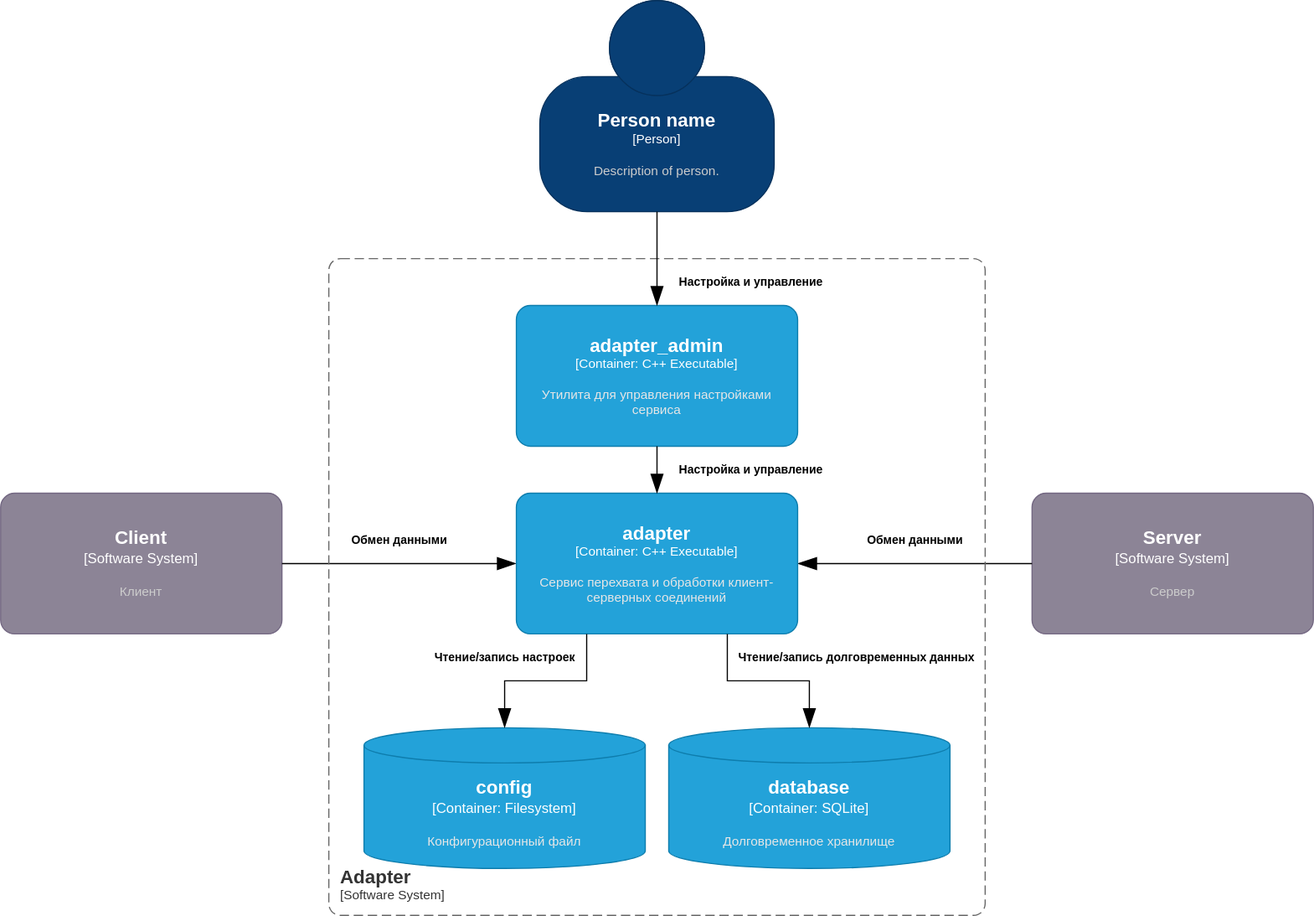
Above: diagrams/ContainerDiagram.svg in OmarovAmir/otus (draw.io), before the change. Source tidied: cells renumbered, new cells last; positions are measured from the earlier drawing's top-left corner, leaving out a move shared by most shapes.
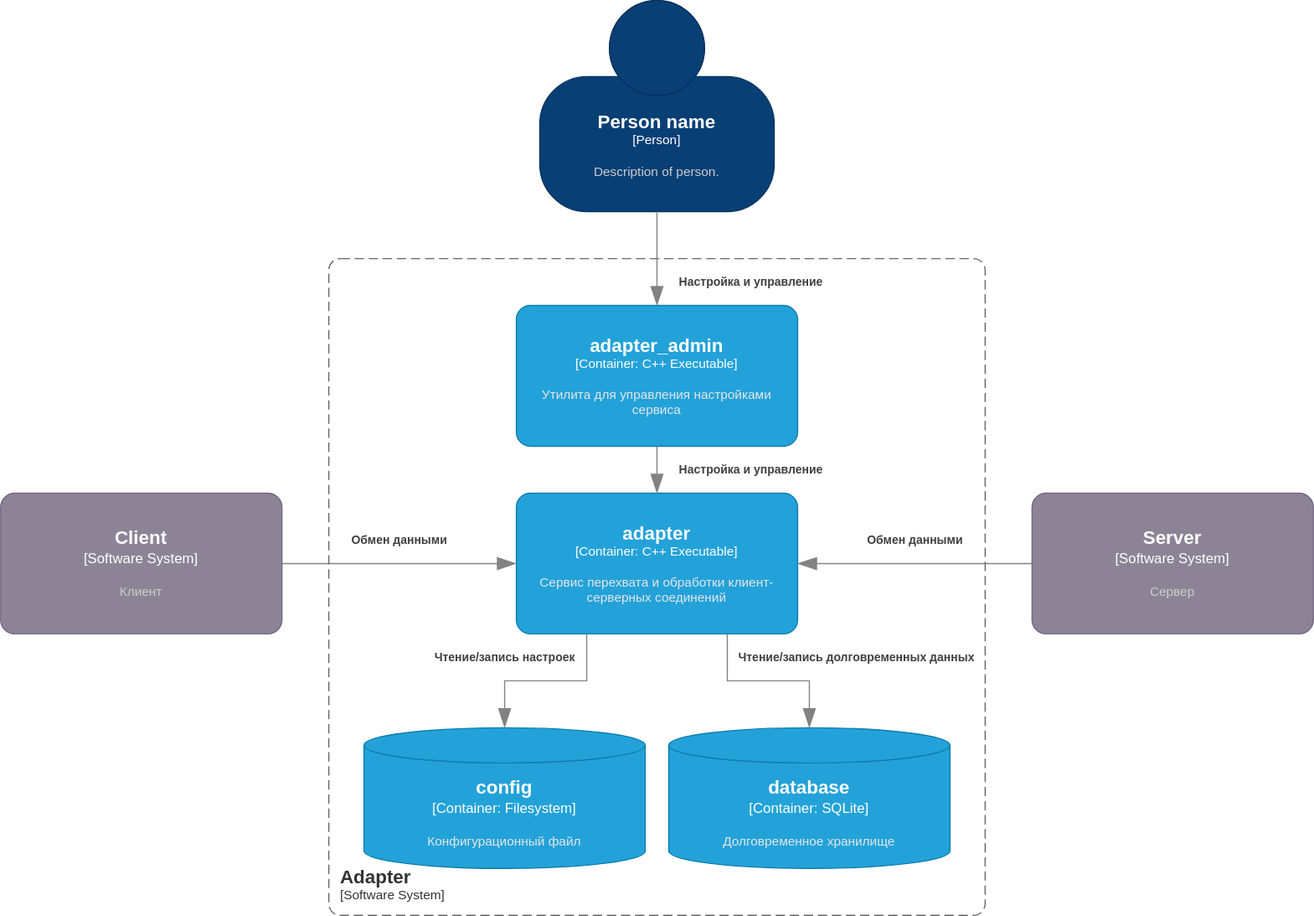
After the change.

The edit, as a diff of the source:
```diff
@@ -1,4 +1,4 @@
-<mxGraphModel>
+<mxGraphModel background="#FFFFFF">
   <root>
     <mxCell id="0" />
     <mxCell id="1" parent="0" />
@@ -13,12 +13,12 @@
       </mxCell>
     </object>
     <object id="4" label="&lt;div style=&quot;text-align: left&quot;&gt;&lt;div style=&quot;text-align: center&quot;&gt;&lt;b&gt;%c4Description%&lt;/b&gt;&lt;/div&gt;&lt;/div&gt;" c4Description="Обмен данными" c4Type="Relationship" placeholders="1">
-      <mxCell style="endArrow=blockThin;html=1;fontSize=10;fontColor=#000000;strokeWidth=1;endFill=1;strokeColor=#000000;elbow=vertical;endSize=14;startSize=14;jumpStyle=arc;jumpSize=16;rounded=0;edgeStyle=orthogonalEdgeStyle;exitX=1;exitY=0.5;exitDx=0;exitDy=0;exitPerimeter=0;entryX=0;entryY=0.5;entryDx=0;entryDy=0;entryPerimeter=0;startArrow=none;startFill=0;labelBackgroundColor=none;" parent="1" edge="1" source="2" target="7">
+      <mxCell style="endArrow=blockThin;html=1;fontSize=10;fontColor=#404040;strokeWidth=1;endFill=1;strokeColor=#828282;elbow=vertical;endSize=14;startSize=14;jumpStyle=arc;jumpSize=16;rounded=0;edgeStyle=orthogonalEdgeStyle;exitX=1;exitY=0.5;exitDx=0;exitDy=0;exitPerimeter=0;entryX=0;entryY=0.5;entryDx=0;entryDy=0;entryPerimeter=0;startArrow=none;startFill=0;labelBackgroundColor=none;" parent="1" edge="1" source="2" target="7">
         <mxGeometry y="20" relative="1" as="geometry" />
       </mxCell>
     </object>
     <object id="5" label="&lt;div style=&quot;text-align: left&quot;&gt;&lt;div style=&quot;text-align: center&quot;&gt;&lt;b&gt;%c4Description%&lt;/b&gt;&lt;/div&gt;&lt;/div&gt;" c4Description="Обмен данными" c4Type="Relationship" placeholders="1">
-      <mxCell style="endArrow=none;html=1;fontSize=10;fontColor=#000000;strokeWidth=1;endFill=0;strokeColor=#000000;elbow=vertical;endSize=14;startSize=14;jumpStyle=arc;jumpSize=16;rounded=0;edgeStyle=orthogonalEdgeStyle;entryX=0;entryY=0.5;entryDx=0;entryDy=0;entryPerimeter=0;exitX=1;exitY=0.5;exitDx=0;exitDy=0;exitPerimeter=0;startArrow=blockThin;startFill=1;labelBackgroundColor=none;" parent="1" edge="1" source="7" target="3">
+      <mxCell style="endArrow=none;html=1;fontSize=10;fontColor=#404040;strokeWidth=1;endFill=0;strokeColor=#828282;elbow=vertical;endSize=14;startSize=14;jumpStyle=arc;jumpSize=16;rounded=0;edgeStyle=orthogonalEdgeStyle;entryX=0;entryY=0.5;entryDx=0;entryDy=0;entryPerimeter=0;exitX=1;exitY=0.5;exitDx=0;exitDy=0;exitPerimeter=0;startArrow=blockThin;startFill=1;labelBackgroundColor=none;" parent="1" edge="1" source="7" target="3">
         <mxGeometry y="20" relative="1" as="geometry" />
       </mxCell>
     </object>
@@ -48,19 +48,19 @@
       </mxCell>
     </object>
     <object id="11" label="&lt;div style=&quot;text-align: left&quot;&gt;&lt;div style=&quot;text-align: center&quot;&gt;&lt;b&gt;%c4Description%&lt;/b&gt;&lt;/div&gt;&lt;/div&gt;" c4Description="Настройка и управление" c4Type="Relationship" placeholders="1">
-      <mxCell style="endArrow=blockThin;html=1;fontSize=10;fontColor=#000000;strokeWidth=1;endFill=1;strokeColor=#000000;elbow=vertical;endSize=14;startSize=14;jumpStyle=arc;jumpSize=16;rounded=0;edgeStyle=orthogonalEdgeStyle;exitX=0.5;exitY=1;exitDx=0;exitDy=0;exitPerimeter=0;entryX=0.5;entryY=0;entryDx=0;entryDy=0;entryPerimeter=0;labelBackgroundColor=none;" parent="1" edge="1" source="10" target="7">
+      <mxCell style="endArrow=blockThin;html=1;fontSize=10;fontColor=#404040;strokeWidth=1;endFill=1;strokeColor=#828282;elbow=vertical;endSize=14;startSize=14;jumpStyle=arc;jumpSize=16;rounded=0;edgeStyle=orthogonalEdgeStyle;exitX=0.5;exitY=1;exitDx=0;exitDy=0;exitPerimeter=0;entryX=0.5;entryY=0;entryDx=0;entryDy=0;entryPerimeter=0;labelBackgroundColor=none;" parent="1" edge="1" source="10" target="7">
         <mxGeometry y="80" relative="1" as="geometry" />
       </mxCell>
     </object>
     <object id="12" label="&lt;div style=&quot;text-align: left&quot;&gt;&lt;div style=&quot;text-align: center&quot;&gt;&lt;b&gt;%c4Description%&lt;/b&gt;&lt;/div&gt;&lt;/div&gt;" c4Description="Чтение/запись настроек" c4Type="Relationship" placeholders="1">
-      <mxCell style="endArrow=blockThin;html=1;fontSize=10;fontColor=#000000;strokeWidth=1;endFill=1;strokeColor=#000000;elbow=vertical;endSize=14;startSize=14;jumpStyle=arc;jumpSize=16;rounded=0;edgeStyle=orthogonalEdgeStyle;exitX=0.25;exitY=1;exitDx=0;exitDy=0;exitPerimeter=0;entryX=0.5;entryY=0;entryDx=0;entryDy=0;entryPerimeter=0;startArrow=none;startFill=0;labelBackgroundColor=none;" parent="1" edge="1" source="7" target="9">
+      <mxCell style="endArrow=blockThin;html=1;fontSize=10;fontColor=#404040;strokeWidth=1;endFill=1;strokeColor=#828282;elbow=vertical;endSize=14;startSize=14;jumpStyle=arc;jumpSize=16;rounded=0;edgeStyle=orthogonalEdgeStyle;exitX=0.25;exitY=1;exitDx=0;exitDy=0;exitPerimeter=0;entryX=0.5;entryY=0;entryDx=0;entryDy=0;entryPerimeter=0;startArrow=none;startFill=0;labelBackgroundColor=none;" parent="1" edge="1" source="7" target="9">
         <mxGeometry x="0.47" y="-20" relative="1" as="geometry">
           <mxPoint x="20" y="-20" as="offset" />
         </mxGeometry>
       </mxCell>
     </object>
     <object id="13" label="&lt;div style=&quot;text-align: left&quot;&gt;&lt;div style=&quot;text-align: center&quot;&gt;&lt;b&gt;%c4Description%&lt;/b&gt;&lt;/div&gt;&lt;/div&gt;" c4Description="Чтение/запись долговременных данных" c4Type="Relationship" placeholders="1">
-      <mxCell style="endArrow=blockThin;html=1;fontSize=10;fontColor=#000000;strokeWidth=1;endFill=1;strokeColor=#000000;elbow=vertical;endSize=14;startSize=14;jumpStyle=arc;jumpSize=16;rounded=0;edgeStyle=orthogonalEdgeStyle;entryX=0.5;entryY=0;entryDx=0;entryDy=0;entryPerimeter=0;startArrow=none;startFill=0;exitX=0.75;exitY=1;exitDx=0;exitDy=0;exitPerimeter=0;labelBackgroundColor=none;" parent="1" edge="1" source="7" target="8">
+      <mxCell style="endArrow=blockThin;html=1;fontSize=10;fontColor=#404040;strokeWidth=1;endFill=1;strokeColor=#828282;elbow=vertical;endSize=14;startSize=14;jumpStyle=arc;jumpSize=16;rounded=0;edgeStyle=orthogonalEdgeStyle;entryX=0.5;entryY=0;entryDx=0;entryDy=0;entryPerimeter=0;startArrow=none;startFill=0;exitX=0.75;exitY=1;exitDx=0;exitDy=0;exitPerimeter=0;labelBackgroundColor=none;" parent="1" edge="1" source="7" target="8">
         <mxGeometry x="0.47" y="45" relative="1" as="geometry">
           <mxPoint x="-5" y="-20" as="offset" />
         </mxGeometry>
@@ -72,7 +72,7 @@
       </mxCell>
     </object>
     <object id="15" label="&lt;div style=&quot;text-align: left&quot;&gt;&lt;div style=&quot;text-align: center&quot;&gt;&lt;b&gt;%c4Description%&lt;/b&gt;&lt;/div&gt;&lt;/div&gt;" c4Description="Настройка и управление" c4Type="Relationship" placeholders="1">
-      <mxCell style="endArrow=blockThin;html=1;fontSize=10;fontColor=#000000;strokeWidth=1;endFill=1;strokeColor=#000000;elbow=vertical;endSize=14;startSize=14;jumpStyle=arc;jumpSize=16;rounded=0;edgeStyle=orthogonalEdgeStyle;exitX=0.5;exitY=1;exitDx=0;exitDy=0;exitPerimeter=0;entryX=0.5;entryY=0;entryDx=0;entryDy=0;entryPerimeter=0;labelBackgroundColor=none;" parent="1" edge="1" source="14" target="10">
+      <mxCell style="endArrow=blockThin;html=1;fontSize=10;fontColor=#404040;strokeWidth=1;endFill=1;strokeColor=#828282;elbow=vertical;endSize=14;startSize=14;jumpStyle=arc;jumpSize=16;rounded=0;edgeStyle=orthogonalEdgeStyle;exitX=0.5;exitY=1;exitDx=0;exitDy=0;exitPerimeter=0;entryX=0.5;entryY=0;entryDx=0;entryDy=0;entryPerimeter=0;labelBackgroundColor=none;" parent="1" edge="1" source="14" target="10">
         <mxGeometry x="0.5" y="80" relative="1" as="geometry" />
       </mxCell>
     </object>
```
